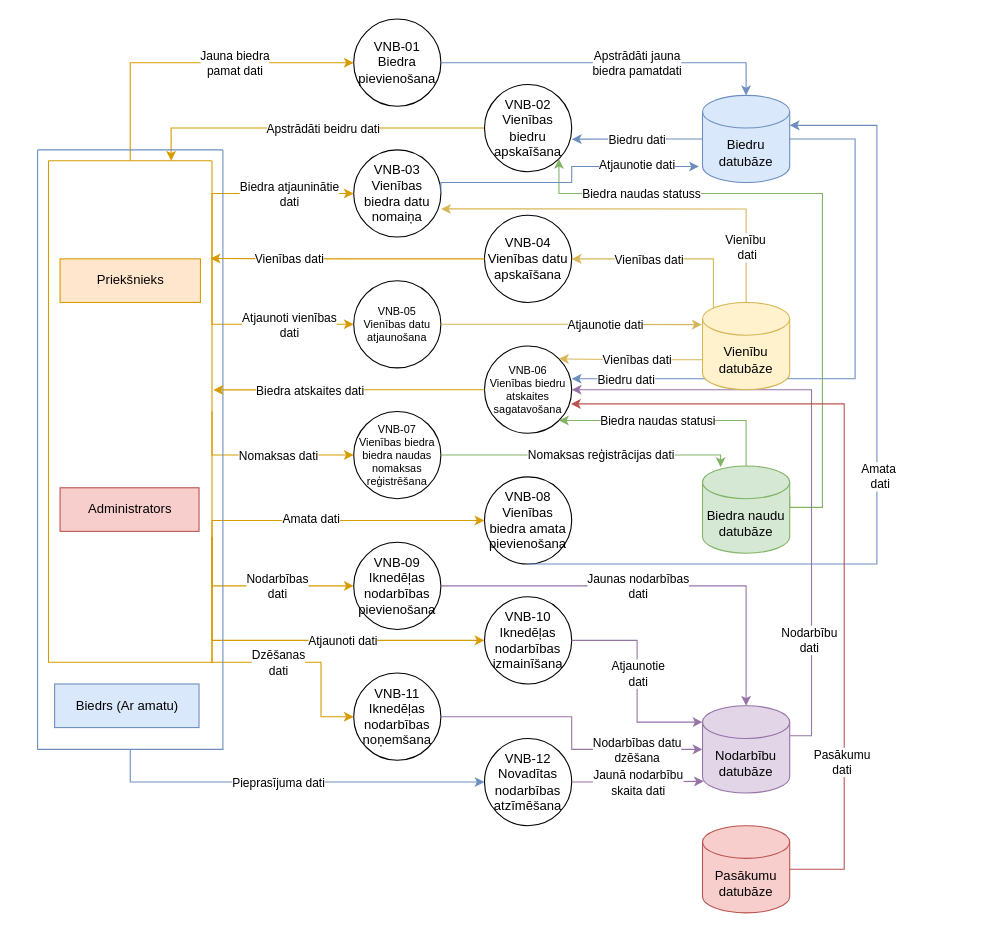
The draw.io diagram page "2.limena_VNB_DPD" (5 of 10) of Documentation/DiagramData/LSGCO_IS_DIAGRAMS.drawio in JekabsVanags/LSGCO_IS, before the edit. Source tidied: cells renumbered, new cells numbered last; positions are measured from the earlier drawing's top-left corner, leaving out a move shared by most shapes. Both pictures are drawn from the tidied source at 109%, with x=0, y=0 at pixel (37, 19).
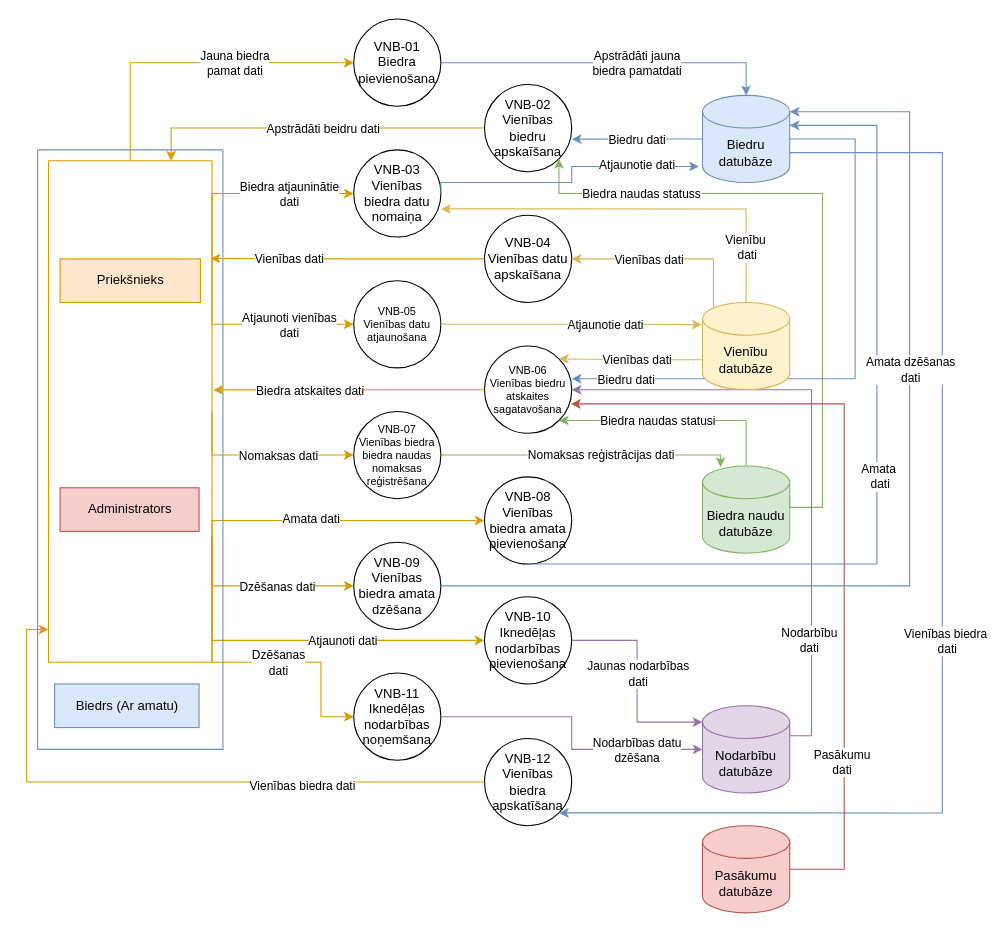
After the change.

Unchanged cells that the change refers to:
```xml
<mxCell id="16" value="Biedru datubāze" style="shape=cylinder3;whiteSpace=wrap;html=1;boundedLbl=1;backgroundOutline=1;size=15;fillColor=#dae8fc;strokeColor=#6c8ebf;fontColor=#000000;" parent="1" vertex="1">
  <mxGeometry x="610" y="70" width="80" height="80" as="geometry" />
</mxCell>
<mxCell id="28" value="Nodarbību datubāze" style="shape=cylinder3;whiteSpace=wrap;html=1;boundedLbl=1;backgroundOutline=1;size=15;fillColor=#e1d5e7;strokeColor=#9673a6;fontColor=#000000;" parent="1" vertex="1">
  <mxGeometry x="610" y="630" width="80" height="80" as="geometry" />
</mxCell>
<mxCell id="35" style="edgeStyle=orthogonalEdgeStyle;rounded=0;jettySize=auto;html=1;exitX=1;exitY=0.75;exitDx=0;exitDy=0;entryX=0;entryY=0.5;entryDx=0;entryDy=0;fillColor=#ffe6cc;strokeColor=#d79b00;" parent="1" edge="1" source="45" target="6">
  <mxGeometry relative="1" as="geometry">
    <Array as="points">
      <mxPoint x="160" y="520" />
    </Array>
  </mxGeometry>
</mxCell>
<mxCell id="48" style="swimlane;startSize=0;fillColor=#dae8fc;strokeColor=#6c8ebf;" parent="1" vertex="1">
  <mxGeometry y="120" width="170" height="550" as="geometry" />
</mxCell>
<mxCell id="58" style="edgeStyle=orthogonalEdgeStyle;rounded=0;jettySize=auto;html=1;exitX=1;exitY=0.5;exitDx=0;exitDy=0;entryX=0;entryY=0;entryDx=0;entryDy=15;entryPerimeter=0;fillColor=#e1d5e7;strokeColor=#9673a6;" parent="1" edge="1" source="14" target="28">
  <mxGeometry relative="1" as="geometry" />
</mxCell>
```

Change to the diagram source:
```diff
@@
-    <mxCell id="6" value="VNB-09&lt;br&gt;Iknedēļas nodarbības pievienošana" style="ellipse;whiteSpace=wrap;html=1;" parent="1" vertex="1">
+    <mxCell id="6" value="VNB-09&lt;br&gt;Vienības biedra amata dzēšana" style="ellipse;whiteSpace=wrap;html=1;" parent="1" vertex="1">
       <mxGeometry x="290" y="480" width="80" height="80" as="geometry" />
     </mxCell>
@@
-    <mxCell id="14" value="VNB-10&lt;br&gt;Iknedēļas nodarbības izmainīšana" style="ellipse;whiteSpace=wrap;html=1;" parent="1" vertex="1">
+    <mxCell id="14" value="VNB-10&lt;br&gt;Iknedēļas nodarbības pievienošana" style="ellipse;whiteSpace=wrap;html=1;" parent="1" vertex="1">
       <mxGeometry x="410" y="530" width="80" height="80" as="geometry" />
     </mxCell>
-    <mxCell id="15" value="VNB-12&lt;br&gt;Novadītas nodarbības atzīmēšana" style="ellipse;whiteSpace=wrap;html=1;" parent="1" vertex="1">
+    <mxCell id="15" value="VNB-12&lt;br&gt;&lt;span style=&quot;background-color: initial;&quot;&gt;Vienības biedra apskatīšana&lt;/span&gt;" style="ellipse;whiteSpace=wrap;html=1;" parent="1" vertex="1">
       <mxGeometry x="410" y="660" width="80" height="80" as="geometry" />
     </mxCell>
+    <mxCell id="84" style="edgeStyle=orthogonalEdgeStyle;rounded=0;jettySize=auto;html=1;exitX=1;exitY=0;exitDx=0;exitDy=52.5;exitPerimeter=0;entryX=1;entryY=1;entryDx=0;entryDy=0;fillColor=#dae8fc;strokeColor=#6c8ebf;" parent="1" edge="1" source="16" target="15">
+      <mxGeometry relative="1" as="geometry">
+        <Array as="points">
+          <mxPoint x="830" y="122" />
+          <mxPoint x="830" y="728" />
+        </Array>
+      </mxGeometry>
+    </mxCell>
+    <mxCell id="85" value="Vienības biedra&lt;br&gt;&amp;nbsp;dati" style="edgeLabel;html=1;align=center;verticalAlign=middle;" parent="84" vertex="1">
+      <mxGeometry x="-0.63" y="2" relative="1" as="geometry">
+        <mxPoint y="385" as="offset" />
+      </mxGeometry>
+    </mxCell>
@@
-    <mxCell id="36" value="Nodarbības&lt;br&gt;dati" style="edgeLabel;html=1;align=center;verticalAlign=middle;" parent="35" vertex="1">
+    <mxCell id="36" value="Dzēšanas dati" style="edgeLabel;html=1;align=center;verticalAlign=middle;" parent="35" vertex="1">
       <mxGeometry x="-0.12" relative="1" as="geometry">
         <mxPoint x="27" as="offset" />
       </mxGeometry>
     </mxCell>
@@
-    <mxCell id="46" style="edgeStyle=orthogonalEdgeStyle;rounded=0;jettySize=auto;html=1;exitX=0.5;exitY=1;exitDx=0;exitDy=0;entryX=0;entryY=0.5;entryDx=0;entryDy=0;fillColor=#dae8fc;strokeColor=#6c8ebf;" parent="1" edge="1" source="48" target="15">
-      <mxGeometry relative="1" as="geometry" />
-    </mxCell>
-    <mxCell id="47" value="Pieprasījuma dati" style="edgeLabel;html=1;align=center;verticalAlign=middle;" parent="46" vertex="1">
-      <mxGeometry x="0.12" y="-1" relative="1" as="geometry">
-        <mxPoint x="-34" y="-1" as="offset" />
-      </mxGeometry>
-    </mxCell>
@@
-    <mxCell id="54" style="edgeStyle=orthogonalEdgeStyle;rounded=0;jettySize=auto;html=1;exitX=1;exitY=0.5;exitDx=0;exitDy=0;entryX=0.016;entryY=0.866;entryDx=0;entryDy=0;entryPerimeter=0;fillColor=#e1d5e7;strokeColor=#9673a6;" parent="1" edge="1" source="15" target="28">
-      <mxGeometry relative="1" as="geometry" />
-    </mxCell>
-    <mxCell id="55" value="Jaunā nodarbību&lt;br&gt;skaita dati" style="edgeLabel;html=1;align=center;verticalAlign=middle;" parent="54" vertex="1">
-      <mxGeometry x="-0.52" y="-3" relative="1" as="geometry">
-        <mxPoint x="31" y="-3" as="offset" />
-      </mxGeometry>
-    </mxCell>
@@
-    <mxCell id="59" value="Atjaunotie&lt;br&gt;dati" style="edgeLabel;html=1;align=center;verticalAlign=middle;" parent="58" vertex="1">
+    <mxCell id="59" value="Jaunas nodarbības&lt;br&gt;dati" style="edgeLabel;html=1;align=center;verticalAlign=middle;" parent="58" vertex="1">
       <mxGeometry x="-0.12" relative="1" as="geometry">
         <mxPoint y="4" as="offset" />
       </mxGeometry>
     </mxCell>
-    <mxCell id="60" style="edgeStyle=orthogonalEdgeStyle;rounded=0;jettySize=auto;html=1;exitX=1;exitY=0.5;exitDx=0;exitDy=0;entryX=0.5;entryY=0;entryDx=0;entryDy=0;entryPerimeter=0;fillColor=#e1d5e7;strokeColor=#9673a6;" parent="1" edge="1" source="6" target="28">
-      <mxGeometry relative="1" as="geometry">
-        <Array as="points">
-          <mxPoint x="650" y="520" />
-        </Array>
-      </mxGeometry>
-    </mxCell>
-    <mxCell id="61" value="Jaunas nodarbības&lt;br&gt;dati" style="edgeLabel;html=1;align=center;verticalAlign=middle;" parent="60" vertex="1">
-      <mxGeometry x="-0.21" relative="1" as="geometry">
-        <mxPoint x="26" as="offset" />
-      </mxGeometry>
-    </mxCell>
@@
+    <mxCell id="86" style="edgeStyle=orthogonalEdgeStyle;rounded=0;jettySize=auto;html=1;exitX=1;exitY=0.5;exitDx=0;exitDy=0;entryX=1;entryY=0;entryDx=0;entryDy=15;entryPerimeter=0;fillColor=#dae8fc;strokeColor=#6c8ebf;" parent="1" edge="1" source="6" target="16">
+      <mxGeometry relative="1" as="geometry">
+        <Array as="points">
+          <mxPoint x="800" y="520" />
+          <mxPoint x="800" y="85" />
+        </Array>
+      </mxGeometry>
+    </mxCell>
+    <mxCell id="87" value="Amata dzēšanas &lt;br&gt;dati" style="edgeLabel;html=1;align=center;verticalAlign=middle;" parent="86" vertex="1">
+      <mxGeometry x="0.29" relative="1" as="geometry" />
+    </mxCell>
+    <mxCell id="88" style="edgeStyle=orthogonalEdgeStyle;rounded=0;jettySize=auto;html=1;exitX=0;exitY=0.5;exitDx=0;exitDy=0;fillColor=#ffe6cc;strokeColor=#d79b00;" parent="1" edge="1" source="15">
+      <mxGeometry relative="1" as="geometry">
+        <mxPoint x="10" y="560" as="targetPoint" />
+        <Array as="points">
+          <mxPoint x="-10" y="700" />
+          <mxPoint x="-10" y="560" />
+          <mxPoint x="10" y="560" />
+        </Array>
+      </mxGeometry>
+    </mxCell>
+    <mxCell id="89" value="Vienības biedra dati" style="edgeLabel;html=1;align=center;verticalAlign=middle;" parent="88" vertex="1">
+      <mxGeometry x="-0.42" y="3" relative="1" as="geometry" />
+    </mxCell>
```
